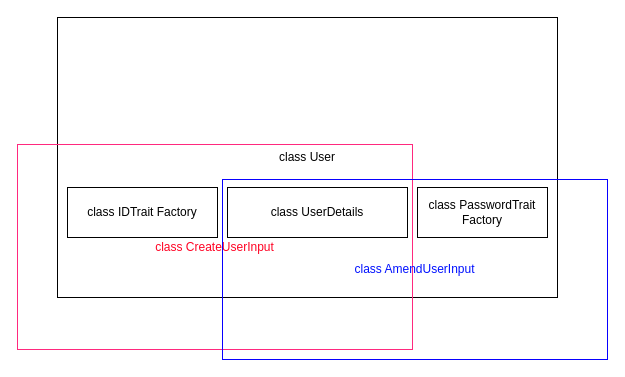
Before: Untitled Diagram.drawio in desmap/popmotion, a draw.io diagram. Source tidied: cells renumbered, new cells numbered last; positions are measured from the earlier drawing's top-left corner, leaving out a move shared by most shapes. Both pictures are drawn from the tidied source at 100%, with x=0, y=0 at pixel (17, 17).
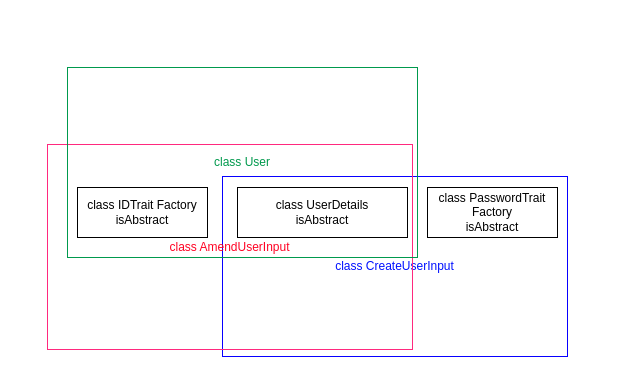
After the change.

What changed in the source:
```diff
@@
 <mxGraphModel>
   <root>
     <mxCell id="0" />
     <mxCell id="1" parent="0" />
+    <mxCell id="7" value="class CreateUserInput" style="rounded=0;whiteSpace=wrap;html=1;fillColor=none;fontColor=#0011FF;strokeColor=#0800FF;" parent="1" vertex="1">
+      <mxGeometry x="205" y="159" width="345" height="180" as="geometry" />
+    </mxCell>
+    <mxCell id="6" value="class AmendUserInput" style="rounded=0;whiteSpace=wrap;html=1;fillColor=none;strokeColor=#FF297E;fontColor=#FF0324;" parent="1" vertex="1">
+      <mxGeometry x="30" y="127" width="365" height="205" as="geometry" />
+    </mxCell>
-    <mxCell id="2" value="class User" style="rounded=0;whiteSpace=wrap;html=1;fillColor=none;" parent="1" vertex="1">
-      <mxGeometry x="40" width="500" height="280" as="geometry" />
+    <mxCell id="2" value="class User" style="rounded=0;whiteSpace=wrap;html=1;fillColor=none;strokeColor=#00994D;fontColor=#00994D;" parent="1" vertex="1">
+      <mxGeometry x="50" y="50" width="350" height="190" as="geometry" />
     </mxCell>
-    <mxCell id="3" value="class IDTrait Factory" style="rounded=0;whiteSpace=wrap;html=1;" parent="1" vertex="1">
-      <mxGeometry x="50" y="170" width="150" height="50" as="geometry" />
+    <mxCell id="3" value="class IDTrait Factory&lt;br&gt;isAbstract" style="rounded=0;whiteSpace=wrap;html=1;" parent="1" vertex="1">
+      <mxGeometry x="60" y="170" width="130" height="50" as="geometry" />
     </mxCell>
-    <mxCell id="4" value="class UserDetails" style="rounded=0;whiteSpace=wrap;html=1;" parent="1" vertex="1">
-      <mxGeometry x="210" y="170" width="180" height="50" as="geometry" />
+    <mxCell id="4" value="class UserDetails&lt;br&gt;isAbstract" style="rounded=0;whiteSpace=wrap;html=1;" parent="1" vertex="1">
+      <mxGeometry x="220" y="170" width="170" height="50" as="geometry" />
     </mxCell>
-    <mxCell id="5" value="class PasswordTrait Factory" style="rounded=0;whiteSpace=wrap;html=1;" parent="1" vertex="1">
-      <mxGeometry x="400" y="170" width="130" height="50" as="geometry" />
+    <mxCell id="5" value="class PasswordTrait Factory&lt;br&gt;isAbstract" style="rounded=0;whiteSpace=wrap;html=1;" parent="1" vertex="1">
+      <mxGeometry x="410" y="170" width="130" height="50" as="geometry" />
     </mxCell>
-    <mxCell id="6" value="class CreateUserInput" style="rounded=0;whiteSpace=wrap;html=1;fillColor=none;strokeColor=#FF297E;fontColor=#FF0324;" parent="1" vertex="1">
-      <mxGeometry y="127" width="395" height="205" as="geometry" />
-    </mxCell>
-    <mxCell id="7" value="class AmendUserInput" style="rounded=0;whiteSpace=wrap;html=1;fillColor=none;fontColor=#0011FF;strokeColor=#0800FF;" parent="1" vertex="1">
-      <mxGeometry x="205" y="162" width="385" height="180" as="geometry" />
-    </mxCell>
   </root>
 </mxGraphModel>
```
